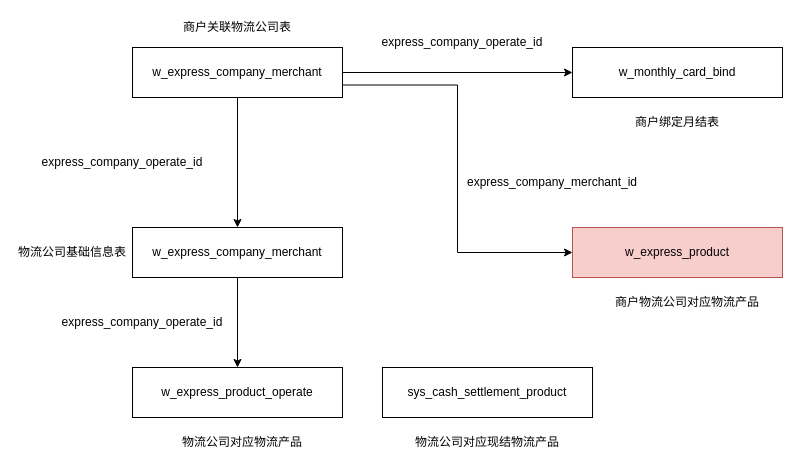
vvhard/draw_io keeps this draw.io diagram as page "重构表整理" (12 of 12) of 导入.drawio. Above is the earlier version. Source tidied: cells renumbered, new cells numbered last; positions are measured from the earlier drawing's top-left corner, leaving out a move shared by most shapes. Both pictures are drawn from the tidied source at 100%, with x=0, y=0 at pixel (17, 17).
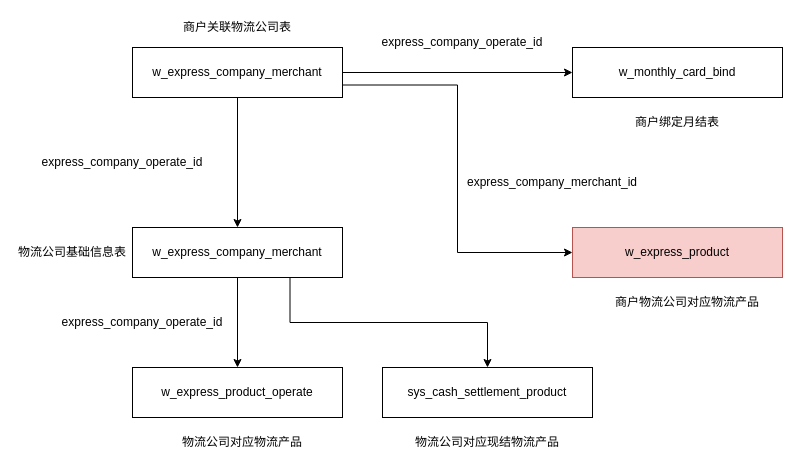
After the change.

Unchanged cells that the change refers to:
```xml
<mxCell id="4" value="w_express_company_merchant" style="rounded=0;whiteSpace=wrap;html=1;" parent="1" vertex="1">
  <mxGeometry x="115" y="210" width="210" height="50" as="geometry" />
</mxCell>
<mxCell id="20" value="sys_cash_settlement_product" style="rounded=0;whiteSpace=wrap;html=1;" parent="1" vertex="1">
  <mxGeometry x="365" y="350" width="210" height="50" as="geometry" />
</mxCell>
```

Change to the diagram source:
```diff
@@
+    <mxCell id="22" style="edgeStyle=orthogonalEdgeStyle;rounded=0;jettySize=auto;html=1;entryX=0.5;entryY=0;entryDx=0;entryDy=0;exitX=0.75;exitY=1;exitDx=0;exitDy=0;" parent="1" edge="1" source="4" target="20">
+      <mxGeometry relative="1" as="geometry" />
+    </mxCell>
```
